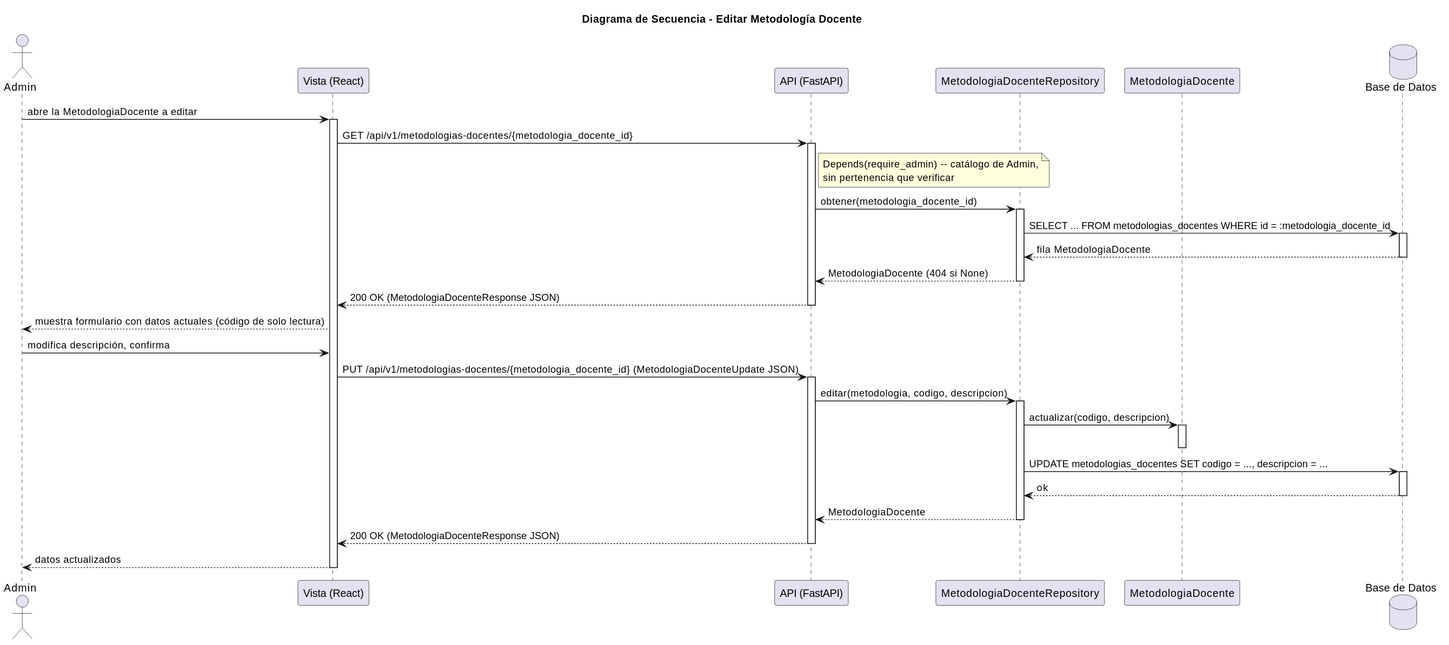
mmasias/pyCeldaPublico keeps this PlantUML diagram as images/RUP/03-diseño/casos-uso/editarMetodologiaDocente/secuencia.svg. Above is the earlier version. Source of this version:
```plantuml
@startuml
title Diagrama de Secuencia - Editar Metodología Docente

actor "Admin" as Admin
participant "Vista (React)" as Vista
participant "API (FastAPI)" as API
participant "MetodologiaDocenteRepository" as MetodologiaRepo
participant "MetodologiaDocente" as Metodologia
database "Base de Datos" as DB

Admin -> Vista: abre la MetodologiaDocente a editar
activate Vista
Vista -> API: GET /api/v1/metodologias-docentes/{metodologia_docente_id}
activate API
note right of API: Depends(require_admin) -- catálogo de Admin,\nsin pertenencia que verificar
API -> MetodologiaRepo: obtener(metodologia_docente_id)
activate MetodologiaRepo
MetodologiaRepo -> DB: SELECT ... FROM metodologias_docentes WHERE id = :metodologia_docente_id
activate DB
DB --> MetodologiaRepo: fila MetodologiaDocente
deactivate DB
MetodologiaRepo --> API: MetodologiaDocente (404 si None)
deactivate MetodologiaRepo
API --> Vista: 200 OK (MetodologiaDocenteResponse JSON)
deactivate API
Vista --> Admin: muestra formulario con datos actuales (código de solo lectura)

Admin -> Vista: modifica descripción, confirma
Vista -> API: PUT /api/v1/metodologias-docentes/{metodologia_docente_id} (MetodologiaDocenteUpdate JSON)
activate API
API -> MetodologiaRepo: editar(metodologia, codigo, descripcion)
activate MetodologiaRepo
MetodologiaRepo -> Metodologia: actualizar(codigo, descripcion)
activate Metodologia
deactivate Metodologia
MetodologiaRepo -> DB: UPDATE metodologias_docentes SET codigo = ..., descripcion = ...
activate DB
DB --> MetodologiaRepo: ok
deactivate DB
MetodologiaRepo --> API: MetodologiaDocente
deactivate MetodologiaRepo
API --> Vista: 200 OK (MetodologiaDocenteResponse JSON)
deactivate API
Vista --> Admin: datos actualizados
deactivate Vista
@enduml
```
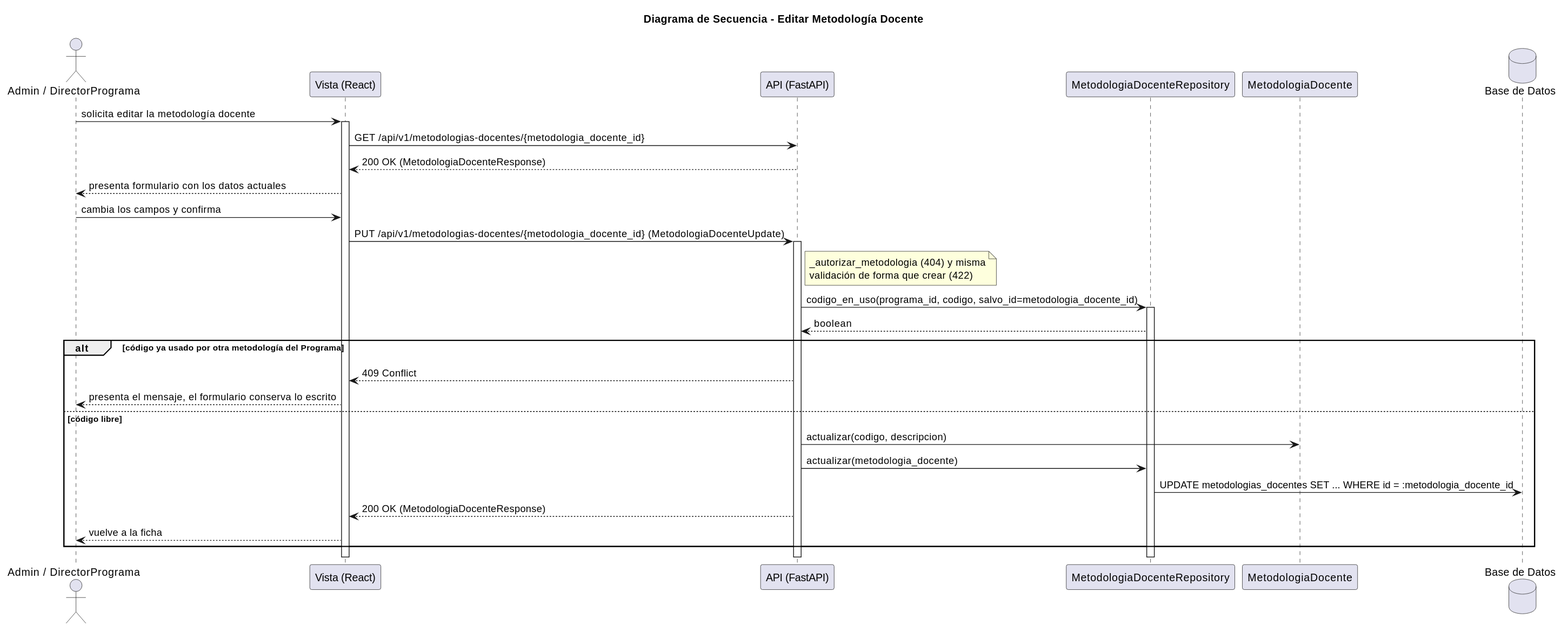
The same file after the commit.

The edit, as a diff of the source:
```diff
@@ -1,46 +1,36 @@
 @startuml
 title Diagrama de Secuencia - Editar Metodología Docente
 
-actor "Admin" as Admin
+actor "Admin / DirectorPrograma" as Actor
 participant "Vista (React)" as Vista
 participant "API (FastAPI)" as API
-participant "MetodologiaDocenteRepository" as MetodologiaRepo
-participant "MetodologiaDocente" as Metodologia
+participant "MetodologiaDocenteRepository" as Repo
+participant "MetodologiaDocente" as Modelo
 database "Base de Datos" as DB
 
-Admin -> Vista: abre la MetodologiaDocente a editar
+Actor -> Vista: solicita editar la metodología docente
 activate Vista
 Vista -> API: GET /api/v1/metodologias-docentes/{metodologia_docente_id}
+API --> Vista: 200 OK (MetodologiaDocenteResponse)
+Vista --> Actor: presenta formulario con los datos actuales
+Actor -> Vista: cambia los campos y confirma
+Vista -> API: PUT /api/v1/metodologias-docentes/{metodologia_docente_id} (MetodologiaDocenteUpdate)
 activate API
-note right of API: Depends(require_admin) -- catálogo de Admin,\nsin pertenencia que verificar
-API -> MetodologiaRepo: obtener(metodologia_docente_id)
-activate MetodologiaRepo
-MetodologiaRepo -> DB: SELECT ... FROM metodologias_docentes WHERE id = :metodologia_docente_id
-activate DB
-DB --> MetodologiaRepo: fila MetodologiaDocente
-deactivate DB
-MetodologiaRepo --> API: MetodologiaDocente (404 si None)
-deactivate MetodologiaRepo
-API --> Vista: 200 OK (MetodologiaDocenteResponse JSON)
+note right of API: _autorizar_metodologia (404) y misma\nvalidación de forma que crear (422)
+API -> Repo: codigo_en_uso(programa_id, codigo, salvo_id=metodologia_docente_id)
+activate Repo
+Repo --> API: boolean
+alt código ya usado por otra metodología del Programa
+  API --> Vista: 409 Conflict
+  Vista --> Actor: presenta el mensaje, el formulario conserva lo escrito
+else código libre
+  API -> Modelo: actualizar(codigo, descripcion)
+  API -> Repo: actualizar(metodologia_docente)
+  Repo -> DB: UPDATE metodologias_docentes SET ... WHERE id = :metodologia_docente_id
+  API --> Vista: 200 OK (MetodologiaDocenteResponse)
+  Vista --> Actor: vuelve a la ficha
+end
+deactivate Repo
 deactivate API
-Vista --> Admin: muestra formulario con datos actuales (código de solo lectura)
-
-Admin -> Vista: modifica descripción, confirma
-Vista -> API: PUT /api/v1/metodologias-docentes/{metodologia_docente_id} (MetodologiaDocenteUpdate JSON)
-activate API
-API -> MetodologiaRepo: editar(metodologia, codigo, descripcion)
-activate MetodologiaRepo
-MetodologiaRepo -> Metodologia: actualizar(codigo, descripcion)
-activate Metodologia
-deactivate Metodologia
-MetodologiaRepo -> DB: UPDATE metodologias_docentes SET codigo = ..., descripcion = ...
-activate DB
-DB --> MetodologiaRepo: ok
-deactivate DB
-MetodologiaRepo --> API: MetodologiaDocente
-deactivate MetodologiaRepo
-API --> Vista: 200 OK (MetodologiaDocenteResponse JSON)
-deactivate API
-Vista --> Admin: datos actualizados
 deactivate Vista
 @enduml
```
